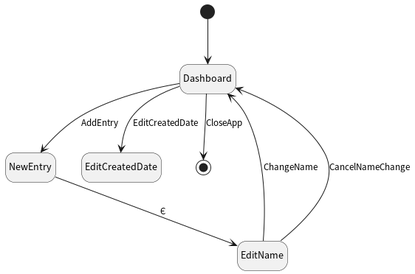
Earlier version of the PlantUML export assignments/4_model_based_testing/state_machine.png (JoaoCostaIFG/tvvs). The source it was exported from:
```plantuml
@startuml
hide empty description

[*] --> Dashboard

Dashboard --> NewEntry : AddEntry
Dashboard --> EditCreatedDate : EditCreatedDate
Dashboard --> [*] : CloseApp

NewEntry --> EditName : Є

EditName --> Dashboard : ChangeName
EditName --> Dashboard : CancelNameChange

@enduml
```
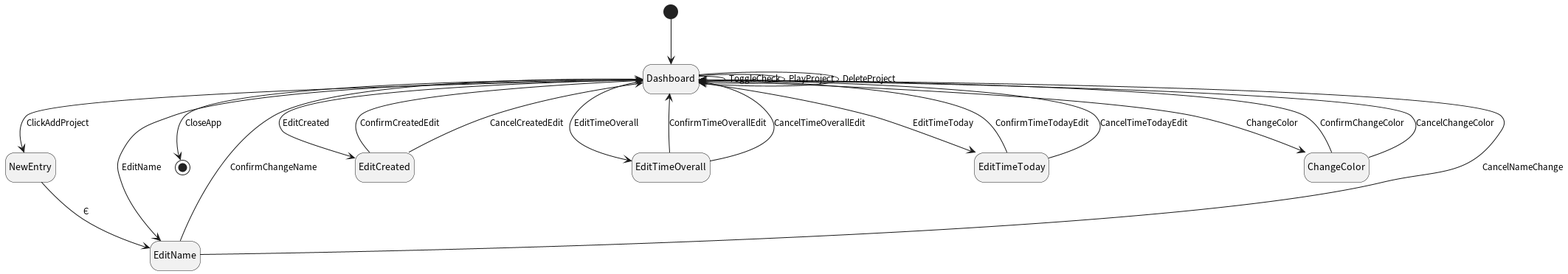
After the change.

Commit message:
Continue state machine

Diff of the diagram source:
```diff
@@ -3,13 +3,32 @@
 
 [*] --> Dashboard
 
-Dashboard --> NewEntry : AddEntry
-Dashboard --> EditCreatedDate : EditCreatedDate
+Dashboard --> NewEntry : ClickAddProject
+Dashboard --> EditName : EditName
+Dashboard --> EditCreated : EditCreated
+Dashboard --> EditTimeOverall : EditTimeOverall
+Dashboard --> EditTimeToday : EditTimeToday
+Dashboard --> ChangeColor : ChangeColor
+Dashboard --> Dashboard : ToggleCheck
+Dashboard --> Dashboard : PlayProject
+Dashboard --> Dashboard : DeleteProject
 Dashboard --> [*] : CloseApp
 
 NewEntry --> EditName : Є
 
-EditName --> Dashboard : ChangeName
+EditName --> Dashboard : ConfirmChangeName
 EditName --> Dashboard : CancelNameChange
 
+EditCreated --> Dashboard : ConfirmCreatedEdit
+EditCreated --> Dashboard : CancelCreatedEdit
+
+EditTimeOverall --> Dashboard : ConfirmTimeOverallEdit
+EditTimeOverall --> Dashboard : CancelTimeOverallEdit
+
+EditTimeToday --> Dashboard : ConfirmTimeTodayEdit
+EditTimeToday --> Dashboard : CancelTimeTodayEdit
+
+ChangeColor --> Dashboard : ConfirmChangeColor
+ChangeColor --> Dashboard : CancelChangeColor
+
 @enduml
```
